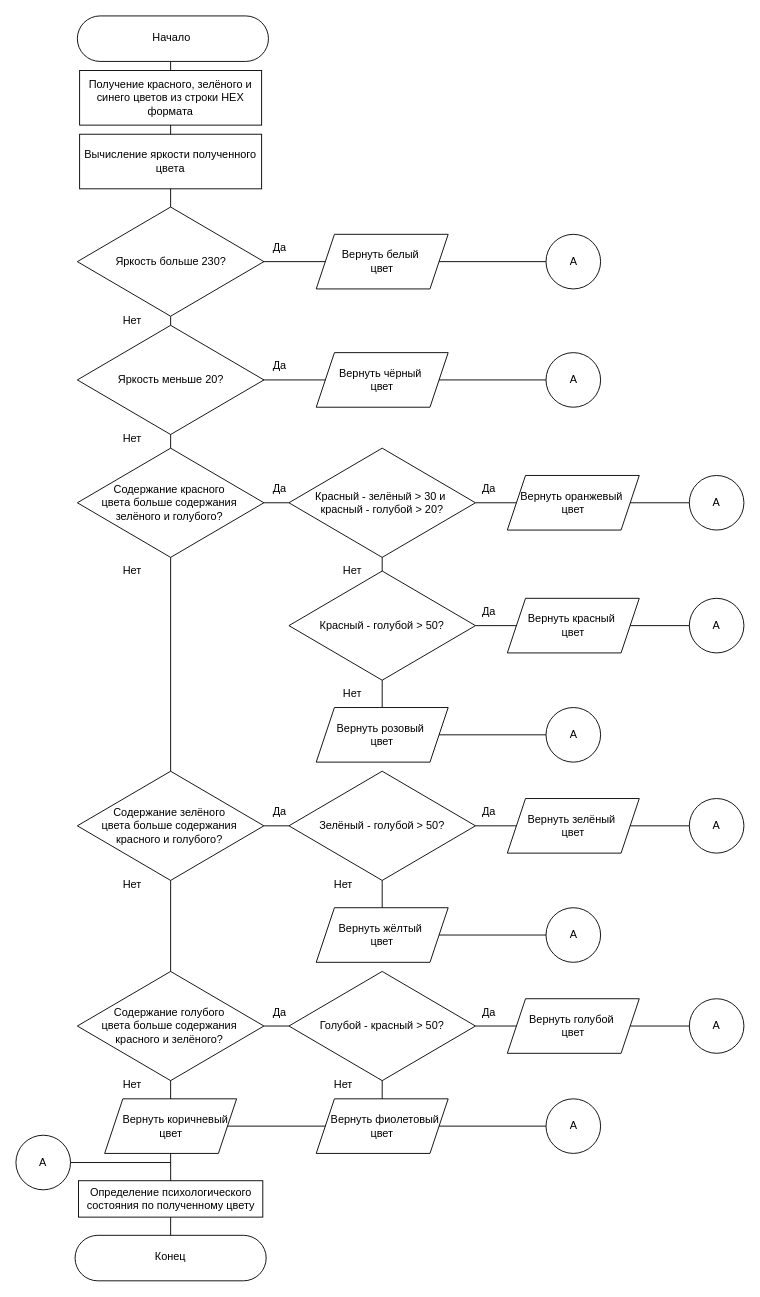
Before: reports/Diagrams/alogorythms/psychoColor/psychoColor.drawio in EgorSasim/diary-finances-tracker-app, a draw.io diagram. Source tidied: cells renumbered, new cells numbered last; positions are measured from the earlier drawing's top-left corner, leaving out a move shared by most shapes. Both pictures are drawn from the tidied source at 91%, with x=0, y=0 at pixel (15, 15).
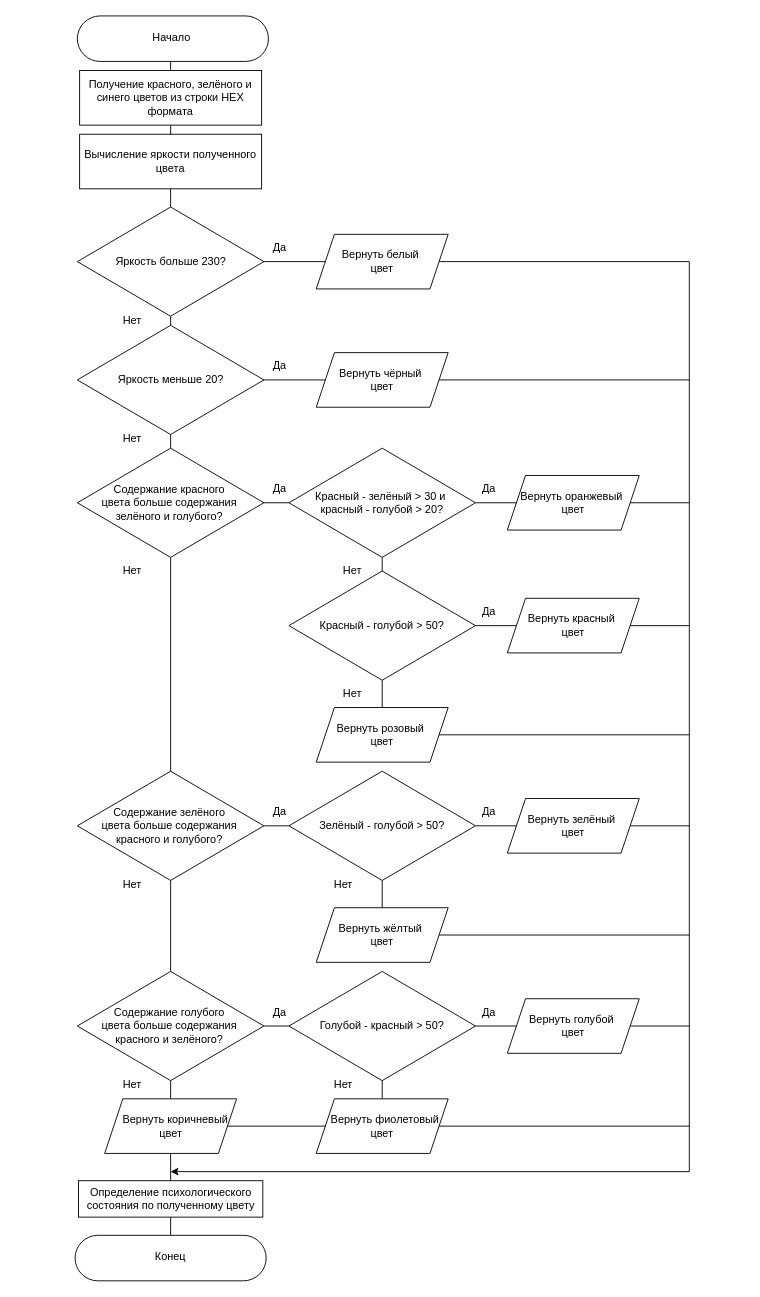
After the change.

Unchanged cells that the change refers to:
```xml
<mxCell id="4" value="Вернуть белый&amp;nbsp;&lt;div&gt;цвет&lt;/div&gt;" style="shape=parallelogram;perimeter=parallelogramPerimeter;whiteSpace=wrap;html=1;fixedSize=1;" parent="1" vertex="1">
  <mxGeometry x="330" y="240" width="145" height="60" as="geometry" />
</mxCell>
<mxCell id="5" value="Вернуть чёрный&amp;nbsp;&lt;div&gt;цвет&lt;/div&gt;" style="shape=parallelogram;perimeter=parallelogramPerimeter;whiteSpace=wrap;html=1;fixedSize=1;" parent="1" vertex="1">
  <mxGeometry x="330" y="370" width="145" height="60" as="geometry" />
</mxCell>
<mxCell id="8" value="Вернуть оранжевый&amp;nbsp;&lt;div&gt;цвет&lt;/div&gt;" style="shape=parallelogram;perimeter=parallelogramPerimeter;whiteSpace=wrap;html=1;fixedSize=1;" parent="1" vertex="1">
  <mxGeometry x="540" y="505" width="145" height="60" as="geometry" />
</mxCell>
<mxCell id="10" value="Вернуть красный&amp;nbsp;&lt;div&gt;цвет&lt;/div&gt;" style="shape=parallelogram;perimeter=parallelogramPerimeter;whiteSpace=wrap;html=1;fixedSize=1;" parent="1" vertex="1">
  <mxGeometry x="540" y="640" width="145" height="60" as="geometry" />
</mxCell>
<mxCell id="11" value="Вернуть розовый&amp;nbsp;&lt;div&gt;цвет&lt;/div&gt;" style="shape=parallelogram;perimeter=parallelogramPerimeter;whiteSpace=wrap;html=1;fixedSize=1;" parent="1" vertex="1">
  <mxGeometry x="330" y="760" width="145" height="60" as="geometry" />
</mxCell>
<mxCell id="14" value="Вернуть зелёный&amp;nbsp;&lt;div&gt;цвет&lt;/div&gt;" style="shape=parallelogram;perimeter=parallelogramPerimeter;whiteSpace=wrap;html=1;fixedSize=1;" parent="1" vertex="1">
  <mxGeometry x="540" y="860" width="145" height="60" as="geometry" />
</mxCell>
<mxCell id="15" value="Вернуть жёлтый&amp;nbsp;&lt;div&gt;цвет&lt;/div&gt;" style="shape=parallelogram;perimeter=parallelogramPerimeter;whiteSpace=wrap;html=1;fixedSize=1;" parent="1" vertex="1">
  <mxGeometry x="330" y="980" width="145" height="60" as="geometry" />
</mxCell>
<mxCell id="18" value="Вернуть голубой&amp;nbsp;&lt;br&gt;&lt;div&gt;цвет&lt;/div&gt;" style="shape=parallelogram;perimeter=parallelogramPerimeter;whiteSpace=wrap;html=1;fixedSize=1;" parent="1" vertex="1">
  <mxGeometry x="540" y="1080" width="145" height="60" as="geometry" />
</mxCell>
<mxCell id="19" value="&amp;nbsp; &amp;nbsp;Вернуть фиолетовый&amp;nbsp;&lt;br&gt;&lt;div&gt;цвет&lt;/div&gt;" style="shape=parallelogram;perimeter=parallelogramPerimeter;whiteSpace=wrap;html=1;fixedSize=1;" parent="1" vertex="1">
  <mxGeometry x="330" y="1190" width="145" height="60" as="geometry" />
</mxCell>
```

Diff of the diagram source:
```diff
@@
-    <mxCell id="25" value="А" style="ellipse;whiteSpace=wrap;html=1;" parent="1" vertex="1">
-      <mxGeometry x="582.5" y="240" width="60" height="60" as="geometry" />
-    </mxCell>
-    <mxCell id="26" value="А" style="ellipse;whiteSpace=wrap;html=1;" parent="1" vertex="1">
-      <mxGeometry x="582.5" y="370" width="60" height="60" as="geometry" />
-    </mxCell>
-    <mxCell id="27" value="А" style="ellipse;whiteSpace=wrap;html=1;" parent="1" vertex="1">
-      <mxGeometry x="740" y="505" width="60" height="60" as="geometry" />
-    </mxCell>
-    <mxCell id="28" value="А" style="ellipse;whiteSpace=wrap;html=1;" parent="1" vertex="1">
-      <mxGeometry x="740" y="640" width="60" height="60" as="geometry" />
-    </mxCell>
-    <mxCell id="29" value="А" style="ellipse;whiteSpace=wrap;html=1;" parent="1" vertex="1">
-      <mxGeometry x="582.5" y="760" width="60" height="60" as="geometry" />
-    </mxCell>
-    <mxCell id="30" value="А" style="ellipse;whiteSpace=wrap;html=1;" parent="1" vertex="1">
-      <mxGeometry x="740" y="860" width="60" height="60" as="geometry" />
-    </mxCell>
-    <mxCell id="31" value="А" style="ellipse;whiteSpace=wrap;html=1;" parent="1" vertex="1">
-      <mxGeometry x="582.5" y="980" width="60" height="60" as="geometry" />
-    </mxCell>
-    <mxCell id="32" value="А" style="ellipse;whiteSpace=wrap;html=1;" parent="1" vertex="1">
-      <mxGeometry x="740" y="1080" width="60" height="60" as="geometry" />
-    </mxCell>
-    <mxCell id="33" value="А" style="ellipse;whiteSpace=wrap;html=1;" parent="1" vertex="1">
-      <mxGeometry x="582.5" y="1190" width="60" height="60" as="geometry" />
-    </mxCell>
-    <mxCell id="34" style="endArrow=none;html=1;rounded=0;exitX=1;exitY=0.5;exitDx=0;exitDy=0;entryX=0;entryY=0.5;entryDx=0;entryDy=0;" parent="1" edge="1" source="4" target="25">
-      <mxGeometry relative="1" as="geometry" />
-    </mxCell>
-    <mxCell id="35" style="endArrow=none;html=1;rounded=0;entryX=0;entryY=0.5;entryDx=0;entryDy=0;exitX=1;exitY=0.5;exitDx=0;exitDy=0;" parent="1" edge="1" source="5" target="26">
-      <mxGeometry relative="1" as="geometry" />
+    <mxCell id="35" style="endArrow=none;html=1;rounded=0;exitX=1;exitY=0.5;exitDx=0;exitDy=0;" parent="1" edge="1" source="5">
+      <mxGeometry relative="1" as="geometry">
+        <mxPoint x="740" y="400" as="targetPoint" />
+      </mxGeometry>
     </mxCell>
-    <mxCell id="36" style="endArrow=none;html=1;rounded=0;exitX=1;exitY=0.5;exitDx=0;exitDy=0;entryX=0;entryY=0.5;entryDx=0;entryDy=0;" parent="1" edge="1" source="8" target="27">
-      <mxGeometry relative="1" as="geometry" />
+    <mxCell id="36" style="endArrow=none;html=1;rounded=0;exitX=1;exitY=0.5;exitDx=0;exitDy=0;entryX=0;entryY=0.5;entryDx=0;entryDy=0;" parent="1" edge="1" source="8">
+      <mxGeometry relative="1" as="geometry">
+        <mxPoint x="740" y="535" as="targetPoint" />
+      </mxGeometry>
     </mxCell>
-    <mxCell id="37" style="endArrow=none;html=1;rounded=0;exitX=1;exitY=0.5;exitDx=0;exitDy=0;entryX=0;entryY=0.5;entryDx=0;entryDy=0;" parent="1" edge="1" source="10" target="28">
-      <mxGeometry relative="1" as="geometry" />
+    <mxCell id="37" style="endArrow=none;html=1;rounded=0;exitX=1;exitY=0.5;exitDx=0;exitDy=0;entryX=0;entryY=0.5;entryDx=0;entryDy=0;" parent="1" edge="1" source="10">
+      <mxGeometry relative="1" as="geometry">
+        <mxPoint x="740" y="670" as="targetPoint" />
+      </mxGeometry>
     </mxCell>
-    <mxCell id="38" style="endArrow=none;html=1;rounded=0;exitX=1;exitY=0.5;exitDx=0;exitDy=0;entryX=0;entryY=0.5;entryDx=0;entryDy=0;" parent="1" edge="1" source="11" target="29">
-      <mxGeometry relative="1" as="geometry" />
+    <mxCell id="38" style="endArrow=none;html=1;rounded=0;exitX=1;exitY=0.5;exitDx=0;exitDy=0;" parent="1" edge="1" source="11">
+      <mxGeometry relative="1" as="geometry">
+        <mxPoint x="740" y="790" as="targetPoint" />
+      </mxGeometry>
     </mxCell>
-    <mxCell id="39" style="endArrow=none;html=1;rounded=0;exitX=1;exitY=0.5;exitDx=0;exitDy=0;entryX=0;entryY=0.5;entryDx=0;entryDy=0;" parent="1" edge="1" source="14" target="30">
-      <mxGeometry relative="1" as="geometry" />
+    <mxCell id="39" style="endArrow=none;html=1;rounded=0;exitX=1;exitY=0.5;exitDx=0;exitDy=0;entryX=0;entryY=0.5;entryDx=0;entryDy=0;" parent="1" edge="1" source="14">
+      <mxGeometry relative="1" as="geometry">
+        <mxPoint x="740" y="890" as="targetPoint" />
+      </mxGeometry>
     </mxCell>
-    <mxCell id="40" style="endArrow=none;html=1;rounded=0;exitX=1;exitY=0.5;exitDx=0;exitDy=0;entryX=0;entryY=0.5;entryDx=0;entryDy=0;" parent="1" edge="1" source="15" target="31">
-      <mxGeometry relative="1" as="geometry" />
+    <mxCell id="40" style="endArrow=none;html=1;rounded=0;exitX=1;exitY=0.5;exitDx=0;exitDy=0;" parent="1" edge="1" source="15">
+      <mxGeometry relative="1" as="geometry">
+        <mxPoint x="740" y="1010" as="targetPoint" />
+      </mxGeometry>
     </mxCell>
@@
-    <mxCell id="60" style="endArrow=none;html=1;rounded=0;exitX=0;exitY=0.5;exitDx=0;exitDy=0;entryX=1;entryY=0.5;entryDx=0;entryDy=0;" parent="1" edge="1" source="32" target="18">
-      <mxGeometry relative="1" as="geometry" />
+    <mxCell id="60" style="endArrow=none;html=1;rounded=0;exitX=0;exitY=0.5;exitDx=0;exitDy=0;entryX=1;entryY=0.5;entryDx=0;entryDy=0;" parent="1" edge="1" target="18">
+      <mxGeometry relative="1" as="geometry">
+        <mxPoint x="740" y="1110" as="sourcePoint" />
+      </mxGeometry>
     </mxCell>
@@
-    <mxCell id="62" style="endArrow=none;html=1;rounded=0;exitX=0;exitY=0.5;exitDx=0;exitDy=0;entryX=1;entryY=0.5;entryDx=0;entryDy=0;" parent="1" edge="1" source="33" target="19">
-      <mxGeometry relative="1" as="geometry" />
+    <mxCell id="62" style="endArrow=none;html=1;rounded=0;entryX=1;entryY=0.5;entryDx=0;entryDy=0;" parent="1" edge="1" target="19">
+      <mxGeometry relative="1" as="geometry">
+        <mxPoint x="740" y="1220" as="sourcePoint" />
+      </mxGeometry>
     </mxCell>
@@
-    <mxCell id="82" value="А" style="ellipse;whiteSpace=wrap;html=1;" parent="1" vertex="1">
-      <mxGeometry y="1230" width="60" height="60" as="geometry" />
-    </mxCell>
@@
-    <mxCell id="85" style="endArrow=none;html=1;rounded=0;entryX=1;entryY=0.5;entryDx=0;entryDy=0;" parent="1" edge="1" target="82">
-      <mxGeometry relative="1" as="geometry">
-        <mxPoint x="170" y="1260" as="sourcePoint" />
-      </mxGeometry>
-    </mxCell>
@@
+    <mxCell id="88" style="endArrow=classic;html=1;rounded=0;exitX=1;exitY=0.5;exitDx=0;exitDy=0;" parent="1" edge="1" source="4">
+      <mxGeometry relative="1" as="geometry">
+        <mxPoint x="170" y="1270" as="targetPoint" />
+        <Array as="points">
+          <mxPoint x="740" y="270" />
+          <mxPoint x="740" y="1270" />
+        </Array>
+      </mxGeometry>
+    </mxCell>
```
